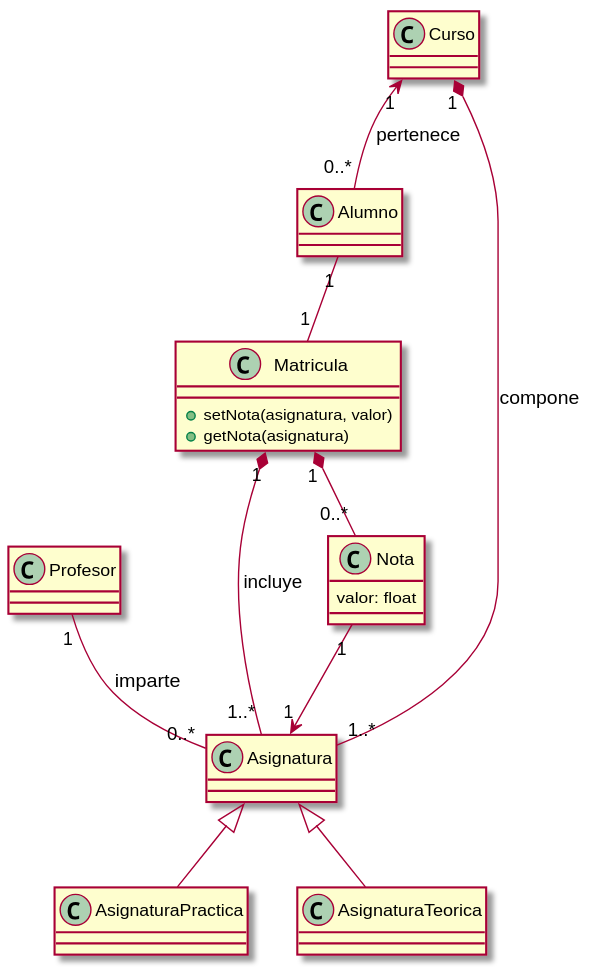
Above: entornos-de-desarrollo/apuntes/6/media/profesores-y-asignaturas.svg in alvarogonzalezsotillo/apuntes-clase (PlantUML), before the change.
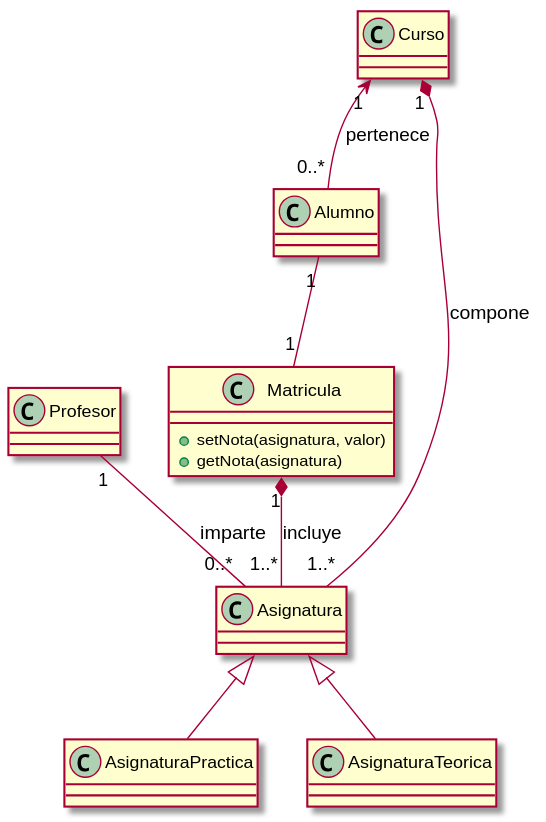
The same diagram one commit later.

Diff of the diagram source:
```diff
@@ -23,10 +23,6 @@
     +getNota(asignatura)
 }
 
-class Nota {
-    valor: float
-}
-
 Asignatura <|-- AsignaturaPractica
 Asignatura <|-- AsignaturaTeorica
 
@@ -39,7 +35,5 @@
 Alumno "1" -- "1" Matricula
 Matricula "1" *-- "1..*" Asignatura : incluye
 
-Matricula "1" *-- "0..*" Nota
-Nota "1" --> "1" Asignatura
 
 @enduml
```
